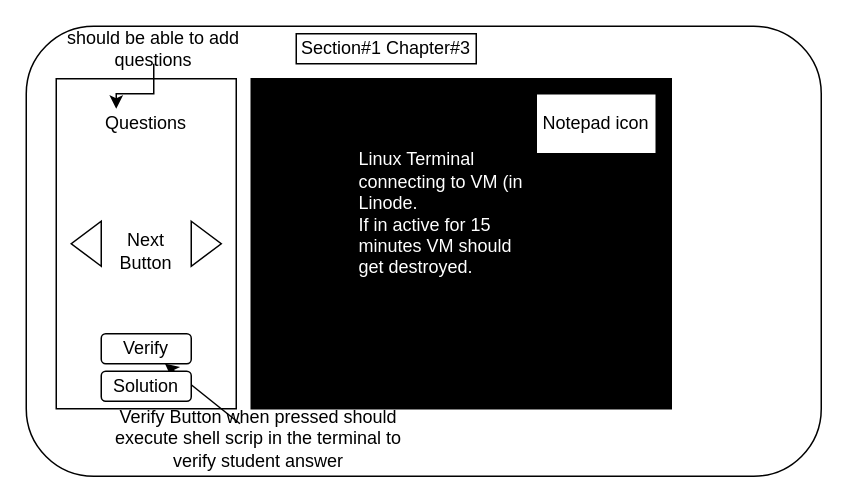
Earlier version of the draw.io diagram page "Lab_Page" (2 of 6) of Topkuber_Design.drawio (gonchigars/CKAD-exercises). Source tidied: cells renumbered, new cells numbered last; positions are measured from the earlier drawing's top-left corner, leaving out a move shared by most shapes. Both pictures are drawn from the tidied source at 150%, with x=0, y=0 at pixel (26, 26).
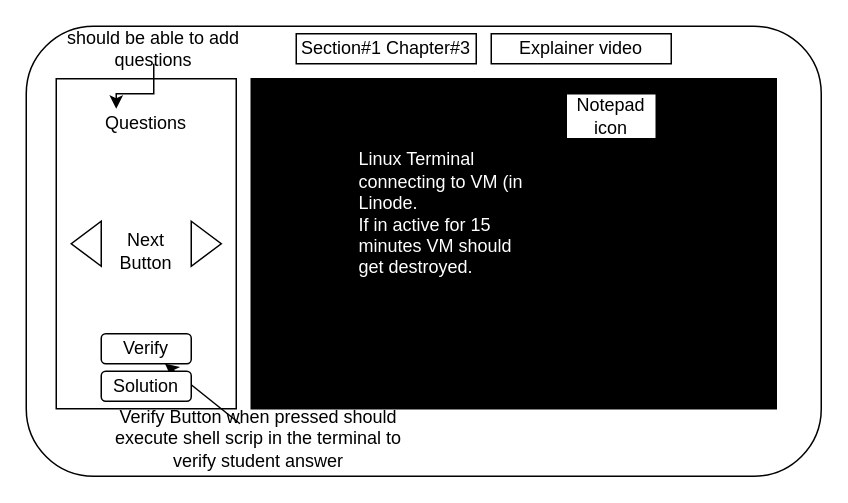
The same diagram, later.

The edit, as a diff of the source:
```diff
@@
 <mxGraphModel>
   <root>
     <mxCell id="0" />
     <mxCell id="1" parent="0" />
     <mxCell id="2" style="rounded=1;whiteSpace=wrap;html=1;" parent="1" vertex="1">
       <mxGeometry width="530" height="300" as="geometry" />
     </mxCell>
     <mxCell id="3" style="rounded=0;whiteSpace=wrap;html=1;fillColor=#000000;" parent="1" vertex="1">
-      <mxGeometry x="150" y="35" width="280" height="220" as="geometry" />
+      <mxGeometry x="150" y="35" width="350" height="220" as="geometry" />
     </mxCell>
     <mxCell id="4" style="rounded=0;whiteSpace=wrap;html=1;" parent="1" vertex="1">
       <mxGeometry x="20" y="35" width="120" height="220" as="geometry" />
     </mxCell>
     <mxCell id="5" value="Questions" style="text;html=1;strokeColor=none;fillColor=none;align=center;verticalAlign=middle;whiteSpace=wrap;rounded=0;" parent="1" vertex="1">
       <mxGeometry x="60" y="55" width="40" height="20" as="geometry" />
     </mxCell>
     <mxCell id="6" value="&lt;font color=&quot;#ffffff&quot;&gt;Linux Terminal connecting to VM (in Linode.&lt;br&gt;If in active for 15 minutes VM should get destroyed.&lt;br&gt;&lt;/font&gt;" style="text;html=1;strokeColor=none;fillColor=none;align=left;verticalAlign=middle;whiteSpace=wrap;rounded=0;" parent="1" vertex="1">
       <mxGeometry x="220" y="115" width="120" height="20" as="geometry" />
     </mxCell>
     <mxCell id="7" style="triangle;whiteSpace=wrap;html=1;" parent="1" vertex="1">
       <mxGeometry x="110" y="130" width="20" height="30" as="geometry" />
     </mxCell>
     <mxCell id="8" style="triangle;whiteSpace=wrap;html=1;rotation=-180;" parent="1" vertex="1">
       <mxGeometry x="30" y="130" width="20" height="30" as="geometry" />
     </mxCell>
     <mxCell id="9" value="Notepad icon" style="rounded=0;whiteSpace=wrap;html=1;fillColor=#FFFFFF;" parent="1" vertex="1">
-      <mxGeometry x="340" y="45" width="80" height="40" as="geometry" />
+      <mxGeometry x="360" y="45" width="60" height="30" as="geometry" />
     </mxCell>
     <mxCell id="10" value="Next Button" style="text;html=1;strokeColor=none;fillColor=none;align=center;verticalAlign=middle;whiteSpace=wrap;rounded=0;" parent="1" vertex="1">
       <mxGeometry x="60" y="140" width="40" height="20" as="geometry" />
     </mxCell>
     <mxCell id="11" value="Verify" style="rounded=1;whiteSpace=wrap;html=1;fillColor=#FFFFFF;" parent="1" vertex="1">
       <mxGeometry x="50" y="205" width="60" height="20" as="geometry" />
     </mxCell>
     <mxCell id="12" value="Section#1 Chapter#3" style="rounded=0;whiteSpace=wrap;html=1;" parent="1" vertex="1">
       <mxGeometry x="180" y="5" width="120" height="20" as="geometry" />
     </mxCell>
     <mxCell id="13" value="Verify Button when pressed should execute shell scrip in the terminal to verify student answer" style="text;html=1;strokeColor=none;fillColor=none;align=center;verticalAlign=middle;whiteSpace=wrap;rounded=0;" parent="1" vertex="1">
       <mxGeometry x="50" y="265" width="210" height="20" as="geometry" />
     </mxCell>
     <mxCell id="14" style="endArrow=classic;html=1;" parent="1" edge="1" source="13" target="11">
       <mxGeometry relative="1" as="geometry" />
     </mxCell>
     <mxCell id="15" style="edgeStyle=orthogonalEdgeStyle;rounded=0;jettySize=auto;html=1;entryX=0;entryY=0;entryDx=0;entryDy=0;" parent="1" edge="1" source="16" target="5">
       <mxGeometry relative="1" as="geometry" />
     </mxCell>
     <mxCell id="16" value="should be able to add questions" style="text;html=1;strokeColor=none;fillColor=none;align=center;verticalAlign=middle;whiteSpace=wrap;rounded=0;" parent="1" vertex="1">
       <mxGeometry x="20" y="5" width="130" height="20" as="geometry" />
     </mxCell>
     <mxCell id="17" value="Solution" style="rounded=1;whiteSpace=wrap;html=1;fillColor=#FFFFFF;" parent="1" vertex="1">
       <mxGeometry x="50" y="230" width="60" height="20" as="geometry" />
     </mxCell>
+    <mxCell id="18" value="Explainer video" style="rounded=0;whiteSpace=wrap;html=1;" parent="1" vertex="1">
+      <mxGeometry x="310" y="5" width="120" height="20" as="geometry" />
+    </mxCell>
   </root>
 </mxGraphModel>
```
